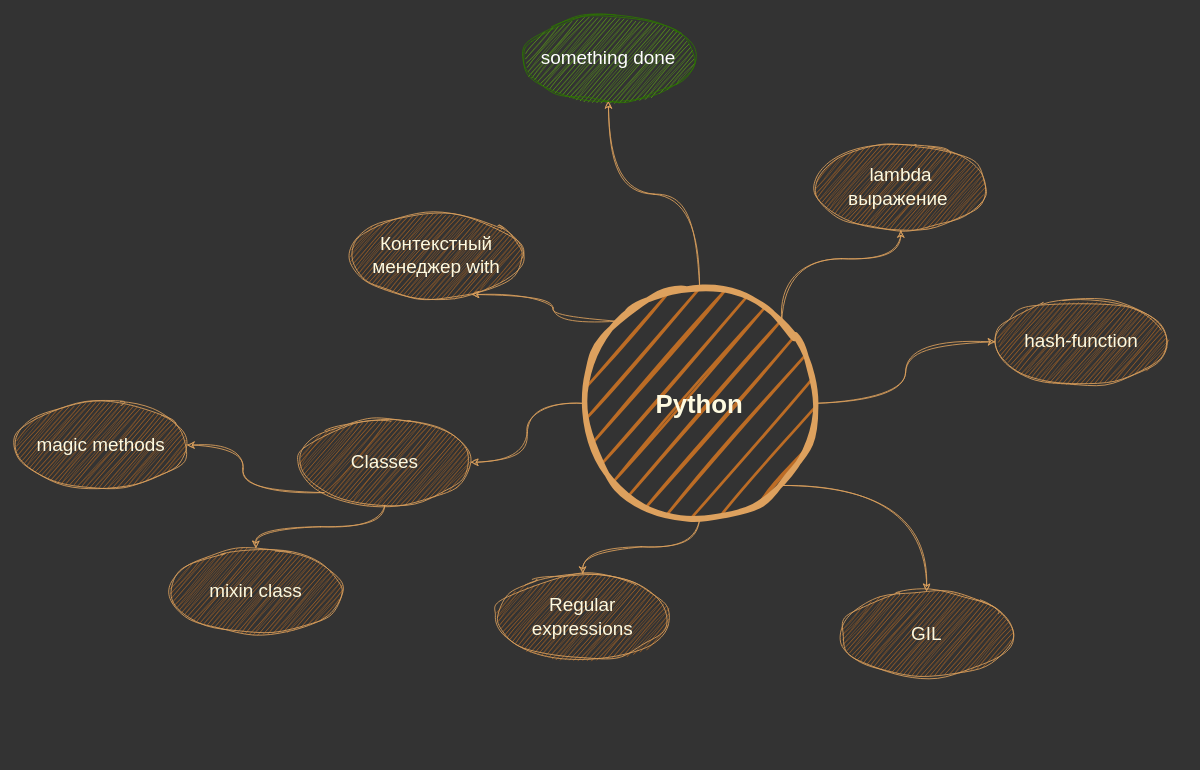
The draw.io diagram page "python" (1 of 4) of Untitled Diagram.drawio in zhivvv/study, before the edit. Source tidied: cells renumbered, new cells numbered last; positions are measured from the earlier drawing's top-left corner, leaving out a move shared by most shapes. Both pictures are drawn from the tidied source at 86%, with x=0, y=0 at pixel (15, 15).
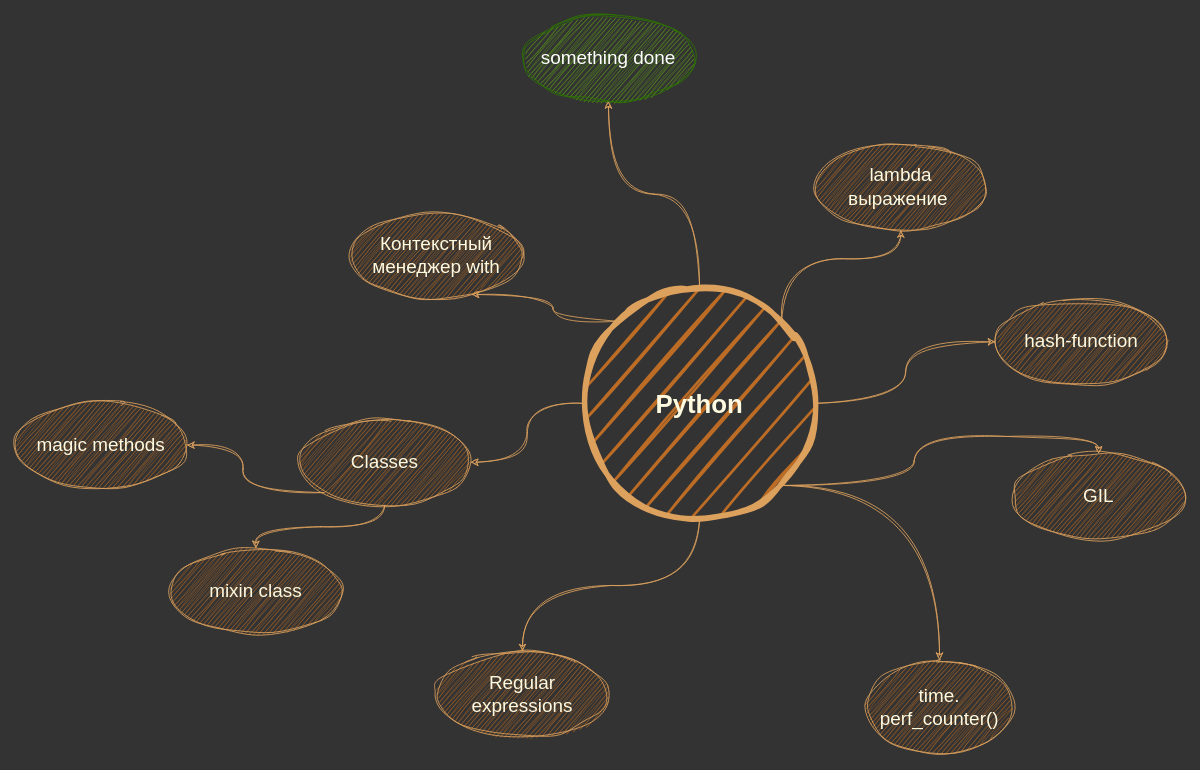
After the change.

Commit message:
perf_counter function was added

Unchanged cells that the change refers to:
```xml
<mxCell id="10" value="Python" style="ellipse;whiteSpace=wrap;html=1;shadow=0;fontFamily=Helvetica;fontSize=30;fontColor=#FEFAE0;align=center;strokeColor=#DDA15E;strokeWidth=6;fillColor=#BC6C25;fontStyle=1;sketch=1;curveFitting=1;jiggle=2;labelBackgroundColor=none;rounded=1;" parent="1" vertex="1">
  <mxGeometry x="661" y="316.5" width="270" height="270" as="geometry" />
</mxCell>
```

The edit, as a diff of the source:
```diff
@@
+    <mxCell id="21" style="edgeStyle=orthogonalEdgeStyle;sketch=1;hachureGap=4;jiggle=2;curveFitting=1;jettySize=auto;html=1;entryX=0.5;entryY=0;entryDx=0;entryDy=0;fontFamily=Helvetica;fontSize=15;labelBackgroundColor=none;strokeColor=#DDA15E;comic=0;curved=1;exitX=1;exitY=1;exitDx=0;exitDy=0;" parent="1" edge="1" source="10" target="22">
+      <mxGeometry relative="1" as="geometry" />
+    </mxCell>
@@
     <mxCell id="19" value="&lt;font style=&quot;font-size: 22px;&quot;&gt;GIL&lt;/font&gt;" style="ellipse;whiteSpace=wrap;html=1;sketch=1;curveFitting=1;jiggle=2;fillColor=#BC6C25;strokeColor=#DDA15E;fontColor=#FEFAE0;labelBackgroundColor=none;rounded=1;" parent="1" vertex="1">
-      <mxGeometry x="960" y="670" width="200" height="100" as="geometry" />
+      <mxGeometry x="1160" y="510" width="200" height="100" as="geometry" />
     </mxCell>
     <mxCell id="20" value="&lt;span style=&quot;font-size: 22px;&quot;&gt;Regular expressions&lt;/span&gt;" style="ellipse;whiteSpace=wrap;html=1;sketch=1;curveFitting=1;jiggle=2;fillColor=#BC6C25;strokeColor=#DDA15E;fontColor=#FEFAE0;labelBackgroundColor=none;rounded=1;" parent="1" vertex="1">
-      <mxGeometry x="560" y="650" width="200" height="100" as="geometry" />
+      <mxGeometry x="490" y="740" width="200" height="100" as="geometry" />
     </mxCell>
+    <mxCell id="22" value="&lt;span style=&quot;font-size: 22px;&quot;&gt;time. perf_counter()&lt;/span&gt;" style="ellipse;whiteSpace=wrap;html=1;sketch=1;curveFitting=1;jiggle=2;fillColor=#BC6C25;strokeColor=#DDA15E;fontColor=#FEFAE0;labelBackgroundColor=none;rounded=1;" parent="1" vertex="1">
+      <mxGeometry x="990" y="750" width="170" height="110" as="geometry" />
+    </mxCell>
```
